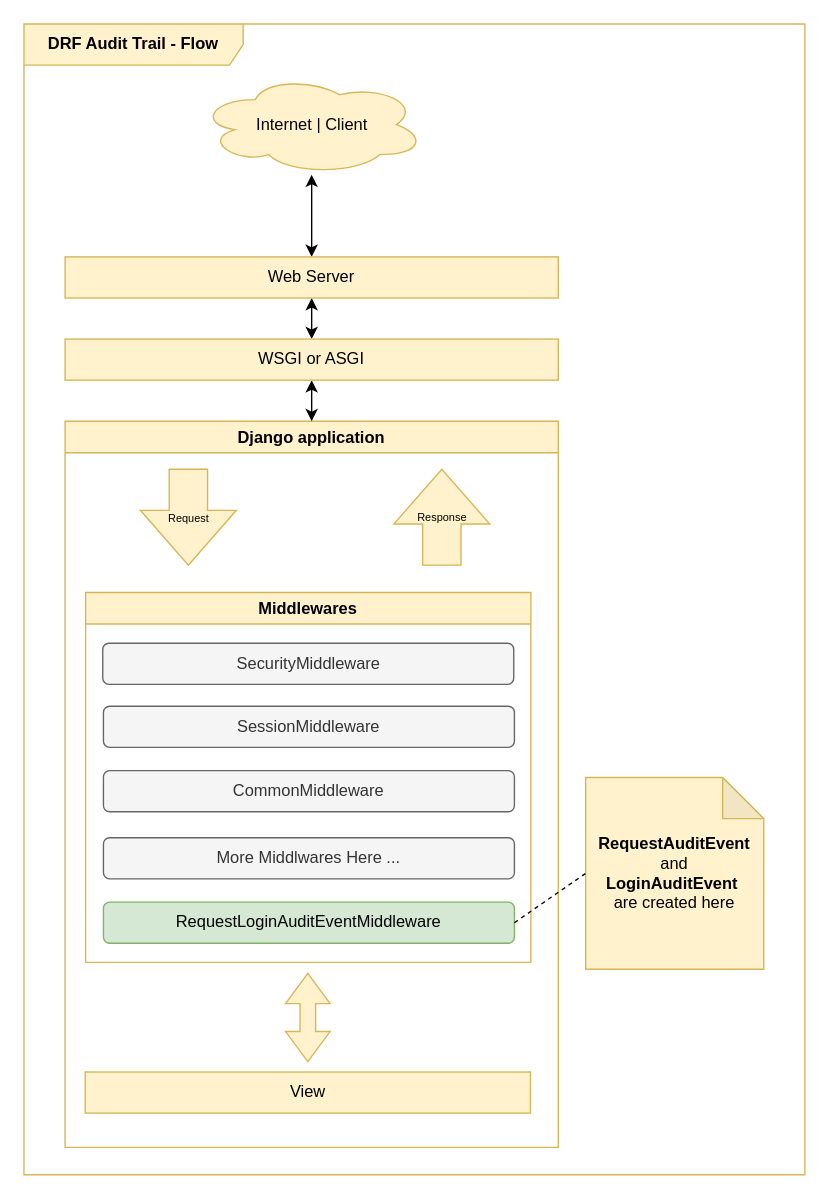
The draw.io diagram page "Flow" (4 of 5) of docs/diagrams.drawio in Talismar/drf-audit-trail, before the edit. Source tidied: cells renumbered, new cells numbered last; positions are measured from the earlier drawing's top-left corner, leaving out a move shared by most shapes. Both pictures are drawn from the tidied source at 137%, with x=0, y=0 at pixel (23, 23).
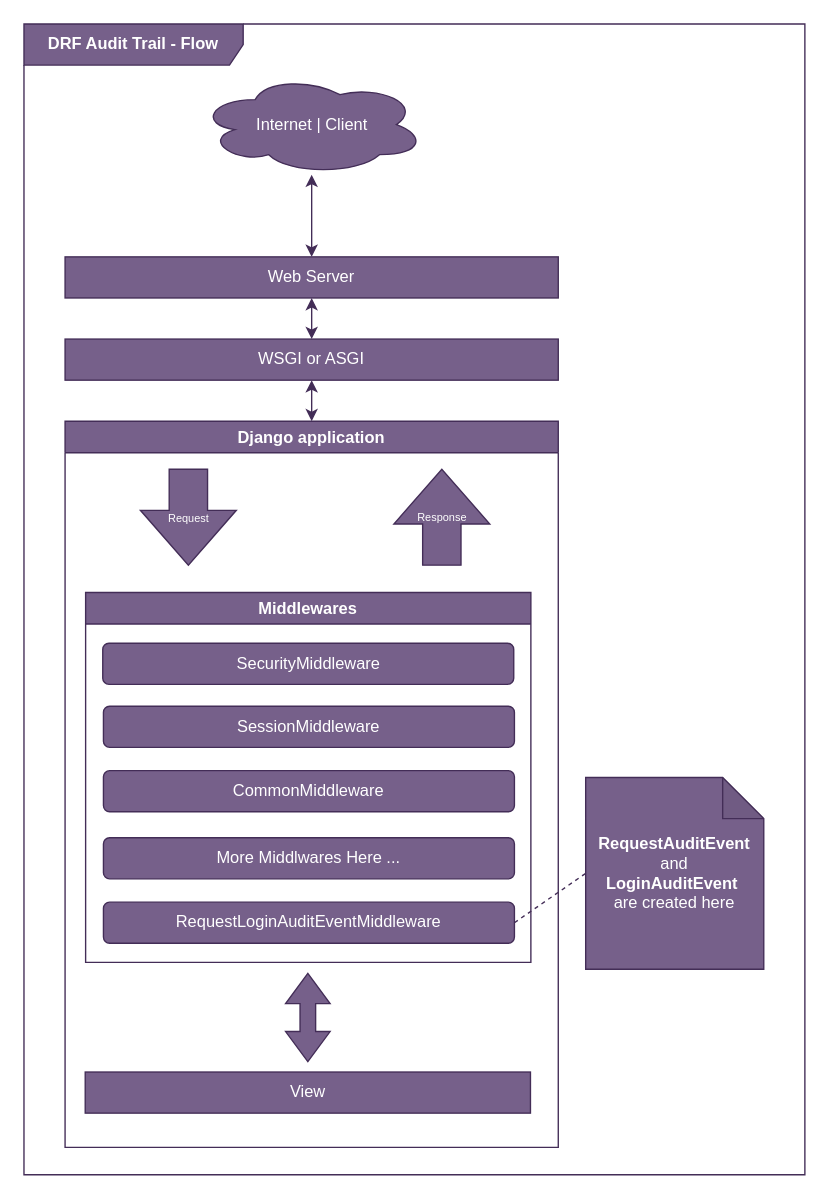
After the change.

Diff of the diagram source:
```diff
@@
-    <mxCell id="2" value="&lt;b&gt;DRF Audit Trail - Flow&lt;/b&gt;" style="shape=umlFrame;whiteSpace=wrap;html=1;width=160;fillColor=#fff2cc;strokeColor=#d6b656;" parent="1" vertex="1">
+    <mxCell id="2" value="&lt;b&gt;DRF Audit Trail - Flow&lt;/b&gt;" style="shape=umlFrame;whiteSpace=wrap;html=1;width=160;fillColor=#76608a;strokeColor=#432D57;fontColor=#ffffff;" parent="1" vertex="1">
       <mxGeometry width="570" height="840" as="geometry" />
     </mxCell>
-    <mxCell id="3" style="edgeStyle=orthogonalEdgeStyle;rounded=0;jettySize=auto;html=1;entryX=0.5;entryY=0;entryDx=0;entryDy=0;startArrow=classic;startFill=1;" parent="2" edge="1" source="4" target="17">
+    <mxCell id="3" style="edgeStyle=orthogonalEdgeStyle;rounded=0;jettySize=auto;html=1;entryX=0.5;entryY=0;entryDx=0;entryDy=0;startArrow=classic;startFill=1;fillColor=#76608a;strokeColor=#432D57;" parent="2" edge="1" source="4" target="17">
       <mxGeometry relative="1" as="geometry" />
     </mxCell>
-    <mxCell id="4" value="Internet | Client" style="ellipse;shape=cloud;whiteSpace=wrap;html=1;fillColor=#fff2cc;strokeColor=#d6b656;" parent="2" vertex="1">
+    <mxCell id="4" value="Internet | Client" style="ellipse;shape=cloud;whiteSpace=wrap;html=1;fillColor=#76608a;strokeColor=#432D57;fontColor=#ffffff;" parent="2" vertex="1">
       <mxGeometry x="127.5" y="37" width="165" height="73" as="geometry" />
     </mxCell>
-    <mxCell id="5" value="Django application" style="swimlane;whiteSpace=wrap;html=1;fillColor=#fff2cc;strokeColor=#d6b656;" parent="2" vertex="1">
+    <mxCell id="5" value="Django application" style="swimlane;whiteSpace=wrap;html=1;fillColor=#76608a;strokeColor=#432D57;fontColor=#ffffff;" parent="2" vertex="1">
       <mxGeometry x="30" y="290" width="360" height="530" as="geometry" />
     </mxCell>
-    <mxCell id="6" value="&lt;font style=&quot;font-size: 8px;&quot;&gt;Request&lt;/font&gt;" style="html=1;shadow=0;dashed=0;align=center;verticalAlign=middle;shape=mxgraph.arrows2.arrow;dy=0.6;dx=40;direction=south;notch=0;fillColor=#fff2cc;strokeColor=#d6b656;" parent="5" vertex="1">
+    <mxCell id="6" value="&lt;font style=&quot;font-size: 8px;&quot;&gt;Request&lt;/font&gt;" style="html=1;shadow=0;dashed=0;align=center;verticalAlign=middle;shape=mxgraph.arrows2.arrow;dy=0.6;dx=40;direction=south;notch=0;fillColor=#76608a;strokeColor=#432D57;fontColor=#ffffff;" parent="5" vertex="1">
       <mxGeometry x="55" y="35" width="70" height="70" as="geometry" />
     </mxCell>
-    <mxCell id="7" value="Middlewares" style="swimlane;whiteSpace=wrap;html=1;fillColor=#fff2cc;strokeColor=#d6b656;" parent="5" vertex="1">
+    <mxCell id="7" value="Middlewares" style="swimlane;whiteSpace=wrap;html=1;fillColor=#76608a;strokeColor=#432D57;fontColor=#ffffff;" parent="5" vertex="1">
       <mxGeometry x="15" y="125" width="325" height="270" as="geometry" />
     </mxCell>
-    <mxCell id="8" value="SecurityMiddleware" style="rounded=1;whiteSpace=wrap;html=1;fillColor=#f5f5f5;strokeColor=#666666;fontColor=#333333;" parent="7" vertex="1">
+    <mxCell id="8" value="SecurityMiddleware" style="rounded=1;whiteSpace=wrap;html=1;fillColor=#76608a;strokeColor=#432D57;fontColor=#ffffff;" parent="7" vertex="1">
       <mxGeometry x="12.5" y="37" width="300" height="30" as="geometry" />
     </mxCell>
-    <mxCell id="9" value="SessionMiddleware" style="rounded=1;whiteSpace=wrap;html=1;fillColor=#f5f5f5;strokeColor=#666666;fontColor=#333333;" parent="7" vertex="1">
+    <mxCell id="9" value="SessionMiddleware" style="rounded=1;whiteSpace=wrap;html=1;fillColor=#76608a;strokeColor=#432D57;fontColor=#ffffff;" parent="7" vertex="1">
       <mxGeometry x="13" y="83" width="300" height="30" as="geometry" />
     </mxCell>
-    <mxCell id="10" value="CommonMiddleware" style="rounded=1;whiteSpace=wrap;html=1;fillColor=#f5f5f5;strokeColor=#666666;fontColor=#333333;" parent="7" vertex="1">
+    <mxCell id="10" value="CommonMiddleware" style="rounded=1;whiteSpace=wrap;html=1;fillColor=#76608a;strokeColor=#432D57;fontColor=#ffffff;" parent="7" vertex="1">
       <mxGeometry x="13" y="130" width="300" height="30" as="geometry" />
     </mxCell>
-    <mxCell id="11" value="More Middlwares Here ..." style="rounded=1;whiteSpace=wrap;html=1;fillColor=#f5f5f5;strokeColor=#666666;fontColor=#333333;" parent="7" vertex="1">
+    <mxCell id="11" value="More Middlwares Here ..." style="rounded=1;whiteSpace=wrap;html=1;fillColor=#76608a;strokeColor=#432D57;fontColor=#ffffff;" parent="7" vertex="1">
       <mxGeometry x="13" y="179" width="300" height="30" as="geometry" />
     </mxCell>
-    <mxCell id="12" value="RequestLoginAuditEventMiddleware" style="rounded=1;whiteSpace=wrap;html=1;fillColor=#d5e8d4;strokeColor=#82b366;" parent="7" vertex="1">
+    <mxCell id="12" value="RequestLoginAuditEventMiddleware" style="rounded=1;whiteSpace=wrap;html=1;fillColor=#76608a;strokeColor=#432D57;fontColor=#ffffff;" parent="7" vertex="1">
       <mxGeometry x="13" y="226" width="300" height="30" as="geometry" />
     </mxCell>
-    <mxCell id="13" value="View" style="whiteSpace=wrap;html=1;fillColor=#fff2cc;strokeColor=#d6b656;" parent="5" vertex="1">
+    <mxCell id="13" value="View" style="whiteSpace=wrap;html=1;fillColor=#76608a;strokeColor=#432D57;fontColor=#ffffff;" parent="5" vertex="1">
       <mxGeometry x="14.7" y="475" width="325" height="30" as="geometry" />
     </mxCell>
-    <mxCell id="14" value="Response" style="html=1;shadow=0;dashed=0;align=center;verticalAlign=middle;shape=mxgraph.arrows2.arrow;dy=0.6;dx=40;direction=north;notch=0;fillColor=#fff2cc;strokeColor=#d6b656;fontSize=8;" parent="5" vertex="1">
+    <mxCell id="14" value="Response" style="html=1;shadow=0;dashed=0;align=center;verticalAlign=middle;shape=mxgraph.arrows2.arrow;dy=0.6;dx=40;direction=north;notch=0;fillColor=#76608a;strokeColor=#432D57;fontSize=8;fontColor=#ffffff;" parent="5" vertex="1">
       <mxGeometry x="240" y="35" width="70" height="70" as="geometry" />
     </mxCell>
-    <mxCell id="15" style="html=1;shadow=0;dashed=0;align=center;verticalAlign=middle;shape=mxgraph.arrows2.twoWayArrow;dy=0.65;dx=22;rotation=90;fillColor=#fff2cc;strokeColor=#d6b656;" parent="5" vertex="1">
+    <mxCell id="15" style="html=1;shadow=0;dashed=0;align=center;verticalAlign=middle;shape=mxgraph.arrows2.twoWayArrow;dy=0.65;dx=22;rotation=90;fillColor=#76608a;strokeColor=#432D57;fontColor=#ffffff;" parent="5" vertex="1">
       <mxGeometry x="145" y="419" width="64.4" height="32.5" as="geometry" />
     </mxCell>
-    <mxCell id="16" style="edgeStyle=orthogonalEdgeStyle;rounded=0;jettySize=auto;html=1;entryX=0.5;entryY=0;entryDx=0;entryDy=0;startArrow=classic;startFill=1;jumpStyle=none;shadow=0;targetPerimeterSpacing=0;curved=0;" parent="2" edge="1" source="17" target="19">
+    <mxCell id="16" style="edgeStyle=orthogonalEdgeStyle;rounded=0;jettySize=auto;html=1;entryX=0.5;entryY=0;entryDx=0;entryDy=0;startArrow=classic;startFill=1;jumpStyle=none;shadow=0;targetPerimeterSpacing=0;curved=0;fillColor=#76608a;strokeColor=#432D57;" parent="2" edge="1" source="17" target="19">
       <mxGeometry relative="1" as="geometry" />
     </mxCell>
-    <mxCell id="17" value="Web Server" style="whiteSpace=wrap;html=1;fillColor=#fff2cc;strokeColor=#d6b656;" parent="2" vertex="1">
+    <mxCell id="17" value="Web Server" style="whiteSpace=wrap;html=1;fillColor=#76608a;strokeColor=#432D57;fontColor=#ffffff;" parent="2" vertex="1">
       <mxGeometry x="30" y="170" width="360" height="30" as="geometry" />
     </mxCell>
-    <mxCell id="18" style="edgeStyle=orthogonalEdgeStyle;rounded=0;jettySize=auto;html=1;entryX=0.5;entryY=0;entryDx=0;entryDy=0;startArrow=classic;startFill=1;" parent="2" edge="1" source="19" target="5">
+    <mxCell id="18" style="edgeStyle=orthogonalEdgeStyle;rounded=0;jettySize=auto;html=1;entryX=0.5;entryY=0;entryDx=0;entryDy=0;startArrow=classic;startFill=1;fillColor=#76608a;strokeColor=#432D57;" parent="2" edge="1" source="19" target="5">
       <mxGeometry relative="1" as="geometry" />
     </mxCell>
-    <mxCell id="19" value="WSGI or ASGI" style="whiteSpace=wrap;html=1;fillColor=#fff2cc;strokeColor=#d6b656;" parent="2" vertex="1">
+    <mxCell id="19" value="WSGI or ASGI" style="whiteSpace=wrap;html=1;fillColor=#76608a;strokeColor=#432D57;fontColor=#ffffff;" parent="2" vertex="1">
       <mxGeometry x="30" y="230" width="360" height="30" as="geometry" />
     </mxCell>
-    <mxCell id="20" value="&lt;b&gt;&amp;nbsp;RequestAuditEvent&lt;/b&gt;&amp;nbsp;&lt;div&gt;&lt;span style=&quot;background-color: initial;&quot;&gt;and&lt;/span&gt;&lt;div&gt;&lt;span style=&quot;background-color: initial;&quot;&gt;&lt;b&gt;LoginAuditEvent&lt;/b&gt;&amp;nbsp;&lt;/span&gt;&lt;/div&gt;&lt;div&gt;&lt;div&gt;are created here&lt;/div&gt;&lt;/div&gt;&lt;/div&gt;" style="shape=note;whiteSpace=wrap;html=1;backgroundOutline=1;darkOpacity=0.05;fillColor=#fff2cc;strokeColor=#d6b656;" parent="2" vertex="1">
+    <mxCell id="20" value="&lt;b&gt;&amp;nbsp;RequestAuditEvent&lt;/b&gt;&amp;nbsp;&lt;div&gt;&lt;span style=&quot;background-color: initial;&quot;&gt;and&lt;/span&gt;&lt;div&gt;&lt;span style=&quot;background-color: initial;&quot;&gt;&lt;b&gt;LoginAuditEvent&lt;/b&gt;&amp;nbsp;&lt;/span&gt;&lt;/div&gt;&lt;div&gt;&lt;div&gt;are created here&lt;/div&gt;&lt;/div&gt;&lt;/div&gt;" style="shape=note;whiteSpace=wrap;html=1;backgroundOutline=1;darkOpacity=0.05;fillColor=#76608a;strokeColor=#432D57;fontColor=#ffffff;" parent="2" vertex="1">
       <mxGeometry x="410" y="550" width="130" height="140" as="geometry" />
     </mxCell>
-    <mxCell id="21" style="endArrow=none;dashed=1;html=1;rounded=0;exitX=1;exitY=0.5;exitDx=0;exitDy=0;entryX=0;entryY=0.5;entryDx=0;entryDy=0;entryPerimeter=0;" parent="2" edge="1" source="12" target="20">
+    <mxCell id="21" style="endArrow=none;dashed=1;html=1;rounded=0;exitX=1;exitY=0.5;exitDx=0;exitDy=0;entryX=0;entryY=0.5;entryDx=0;entryDy=0;entryPerimeter=0;fillColor=#76608a;strokeColor=#432D57;" parent="2" edge="1" source="12" target="20">
       <mxGeometry relative="1" as="geometry" />
     </mxCell>
```
